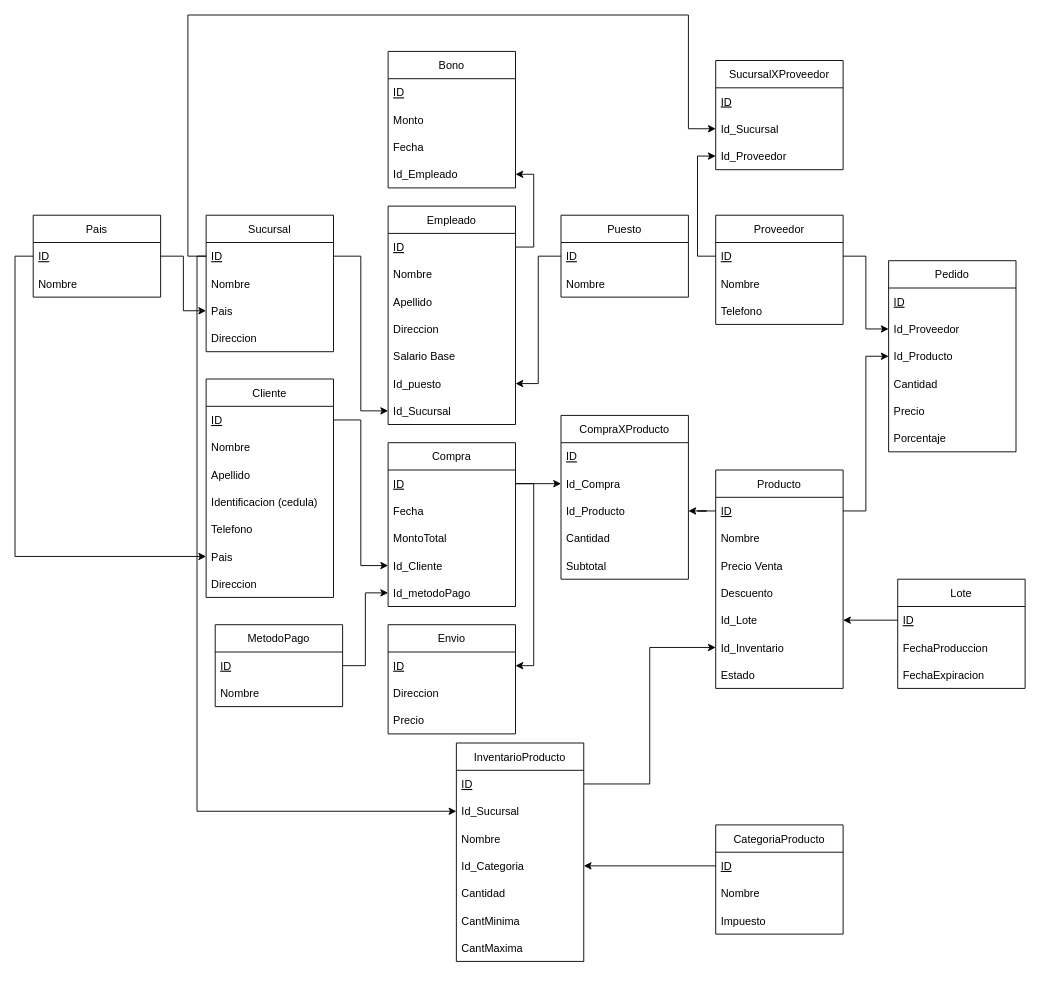
Before: diagrama de tablas.drawio in Valhylian/Proyecto1-BD, a draw.io diagram. Source tidied: cells renumbered, new cells numbered last; positions are measured from the earlier drawing's top-left corner, leaving out a move shared by most shapes. Both pictures are drawn from the tidied source at 91%, with x=0, y=0 at pixel (33, 15).
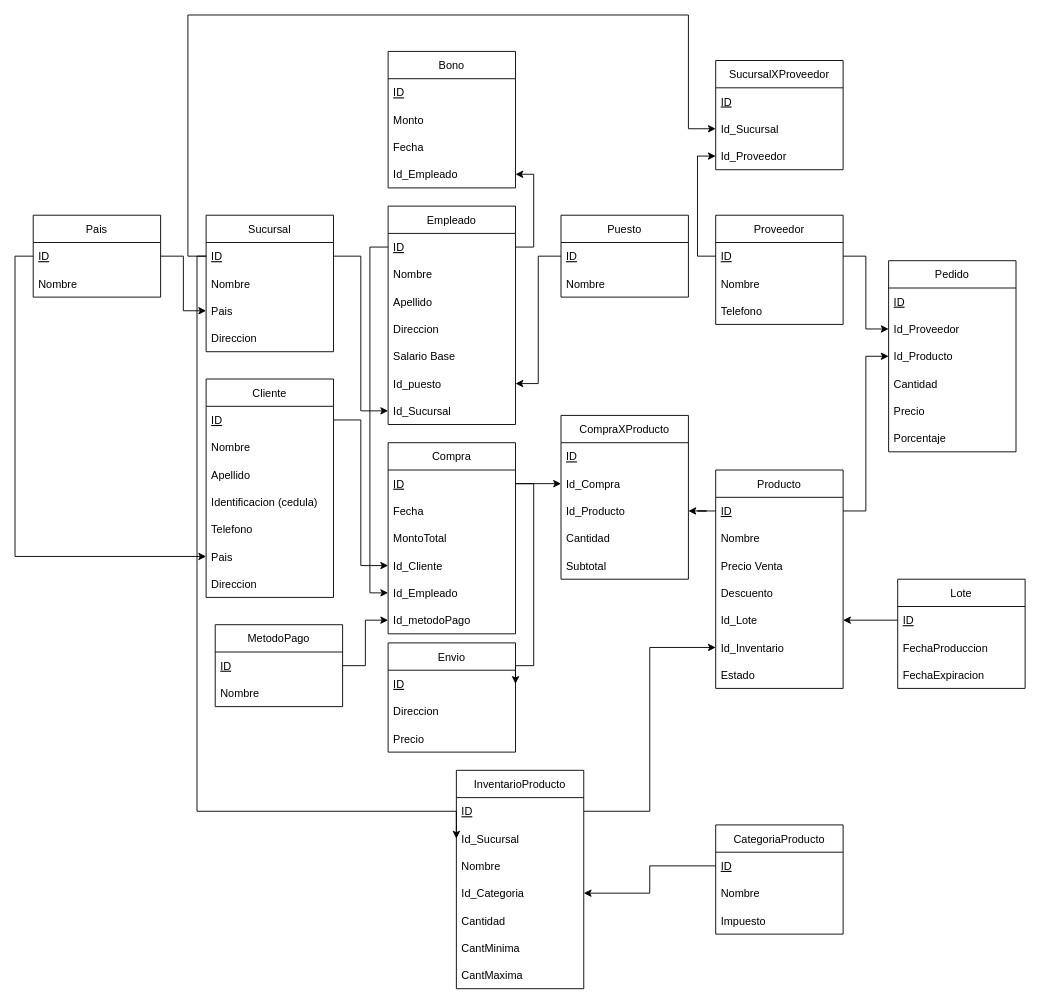
The same diagram, later.

Unchanged cells that the change refers to:
```xml
<mxCell id="8" value="ID" style="text;strokeColor=none;fillColor=none;align=left;verticalAlign=middle;spacingLeft=4;spacingRight=4;overflow=hidden;points=[[0,0.5],[1,0.5]];portConstraint=eastwest;fontStyle=4;" parent="7" vertex="1">
  <mxGeometry y="30" width="140" height="30" as="geometry" />
</mxCell>
```

What changed in the source:
```diff
@@
     <mxCell id="28" value="Compra" style="swimlane;fontStyle=0;horizontal=1;startSize=30;" parent="1" vertex="1">
-      <mxGeometry x="390" y="470" width="140" height="180" as="geometry" />
+      <mxGeometry x="390" y="470" width="140" height="210" as="geometry" />
     </mxCell>
@@
+    <mxCell id="110" value="Id_Empleado" style="text;strokeColor=none;fillColor=none;align=left;verticalAlign=middle;spacingLeft=4;spacingRight=4;overflow=hidden;points=[[0,0.5],[1,0.5]];portConstraint=eastwest;" parent="28" vertex="1">
+      <mxGeometry y="150" width="140" height="30" as="geometry" />
+    </mxCell>
     <mxCell id="33" value="Id_metodoPago" style="text;strokeColor=none;fillColor=none;align=left;verticalAlign=middle;spacingLeft=4;spacingRight=4;overflow=hidden;points=[[0,0.5],[1,0.5]];portConstraint=eastwest;" parent="28" vertex="1">
-      <mxGeometry y="150" width="140" height="30" as="geometry" />
+      <mxGeometry y="180" width="140" height="30" as="geometry" />
     </mxCell>
@@
     <mxCell id="75" value="Envio" style="swimlane;fontStyle=0;horizontal=1;startSize=30;" parent="1" vertex="1">
-      <mxGeometry x="390" y="670" width="140" height="120" as="geometry" />
+      <mxGeometry x="390" y="690" width="140" height="120" as="geometry" />
     </mxCell>
@@
     <mxCell id="96" value="InventarioProducto" style="swimlane;fontStyle=0;horizontal=1;startSize=30;" parent="1" vertex="1">
-      <mxGeometry x="465" y="800" width="140" height="240" as="geometry" />
+      <mxGeometry x="465" y="830" width="140" height="240" as="geometry" />
     </mxCell>
@@
+    <mxCell id="111" style="edgeStyle=orthogonalEdgeStyle;rounded=0;jettySize=auto;html=1;exitX=0;exitY=0.5;exitDx=0;exitDy=0;entryX=0;entryY=0.5;entryDx=0;entryDy=0;" parent="1" edge="1" source="8" target="110">
+      <mxGeometry relative="1" as="geometry" />
+    </mxCell>
```
